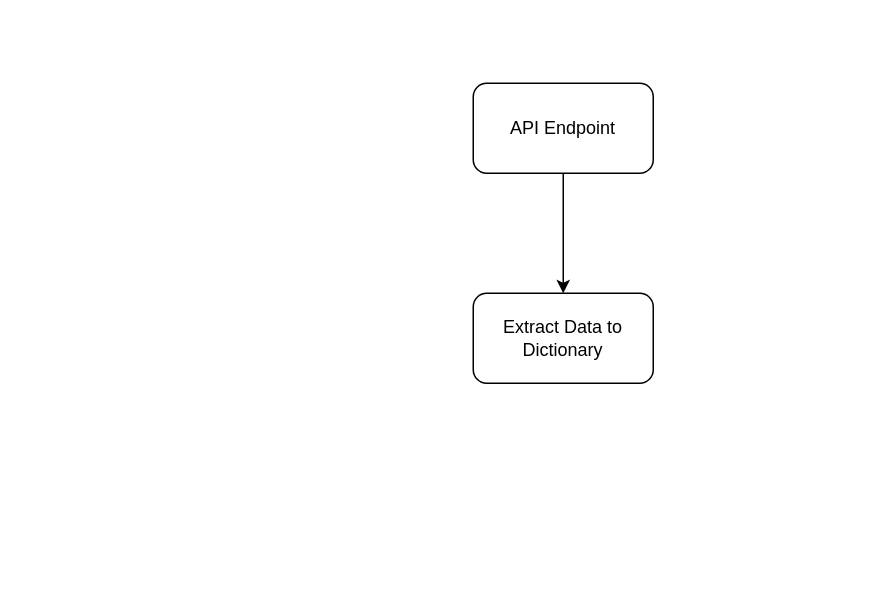
Before: etl_awesome_api.drawio in ivdatahub/data-consumer-api, a draw.io diagram. Source tidied: cells renumbered, new cells numbered last; positions are measured from the earlier drawing's top-left corner, leaving out a move shared by most shapes. Both pictures are drawn from the tidied source at 150%, with x=0, y=0 at pixel (472, 82).
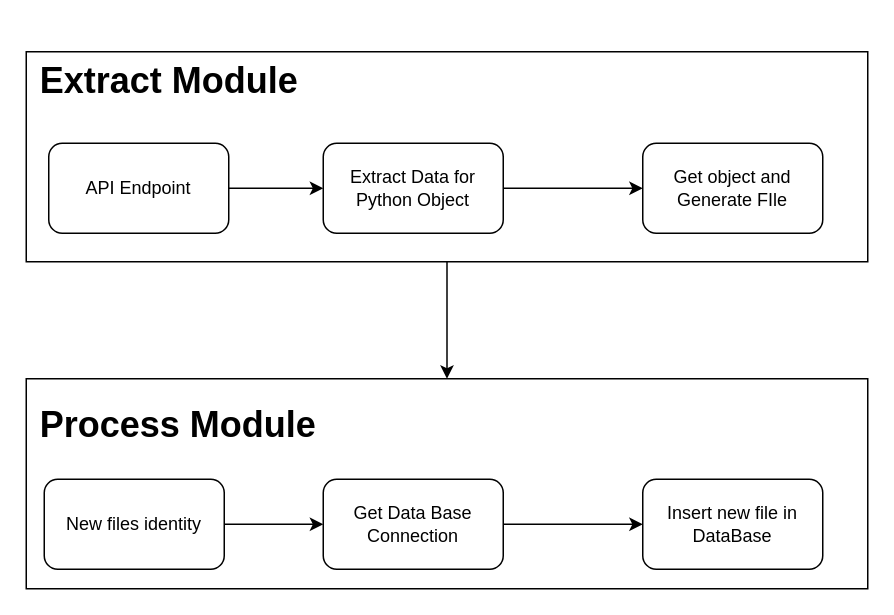
Above is the later version.

The edit, as a diff of the source:
```diff
@@
 <mxGraphModel>
   <root>
     <mxCell id="0" />
     <mxCell id="1" parent="0" />
+    <mxCell id="5" style="edgeStyle=orthogonalEdgeStyle;rounded=0;jettySize=auto;html=1;" parent="1" edge="1" source="6" target="10">
+      <mxGeometry relative="1" as="geometry" />
+    </mxCell>
+    <mxCell id="6" style="rounded=0;whiteSpace=wrap;html=1;" parent="1" vertex="1">
+      <mxGeometry x="-298" y="-21" width="561" height="140" as="geometry" />
+    </mxCell>
     <mxCell id="2" style="edgeStyle=orthogonalEdgeStyle;rounded=0;jettySize=auto;html=1;" parent="1" edge="1" source="3" target="4">
       <mxGeometry relative="1" as="geometry" />
     </mxCell>
     <mxCell id="3" value="API Endpoint" style="rounded=1;whiteSpace=wrap;html=1;" parent="1" vertex="1">
-      <mxGeometry width="120" height="60" as="geometry" />
+      <mxGeometry x="-283" y="40" width="120" height="60" as="geometry" />
     </mxCell>
+    <mxCell id="7" style="edgeStyle=orthogonalEdgeStyle;rounded=0;jettySize=auto;html=1;" parent="1" edge="1" source="4" target="8">
+      <mxGeometry relative="1" as="geometry" />
+    </mxCell>
-    <mxCell id="4" value="Extract Data to Dictionary" style="rounded=1;whiteSpace=wrap;html=1;" parent="1" vertex="1">
-      <mxGeometry y="140" width="120" height="60" as="geometry" />
+    <mxCell id="4" value="Extract Data for Python Object" style="rounded=1;whiteSpace=wrap;html=1;" parent="1" vertex="1">
+      <mxGeometry x="-100" y="40" width="120" height="60" as="geometry" />
     </mxCell>
+    <mxCell id="8" value="Get object and Generate FIle" style="rounded=1;whiteSpace=wrap;html=1;" parent="1" vertex="1">
+      <mxGeometry x="113" y="40" width="120" height="60" as="geometry" />
+    </mxCell>
+    <mxCell id="9" value="&lt;h1&gt;Extract Module&lt;/h1&gt;" style="text;html=1;align=center;verticalAlign=middle;strokeColor=none;fillColor=none;" parent="1" vertex="1">
+      <mxGeometry x="-298" y="-38" width="190" height="73" as="geometry" />
+    </mxCell>
+    <mxCell id="10" style="rounded=0;whiteSpace=wrap;html=1;" parent="1" vertex="1">
+      <mxGeometry x="-298" y="197" width="561" height="140" as="geometry" />
+    </mxCell>
+    <mxCell id="11" value="&lt;h1&gt;Process Module&lt;/h1&gt;" style="text;html=1;align=center;verticalAlign=middle;strokeColor=none;fillColor=none;" parent="1" vertex="1">
+      <mxGeometry x="-298" y="191" width="202" height="73" as="geometry" />
+    </mxCell>
+    <mxCell id="12" style="edgeStyle=orthogonalEdgeStyle;rounded=0;jettySize=auto;html=1;entryX=0;entryY=0.5;entryDx=0;entryDy=0;" parent="1" edge="1" source="13" target="15">
+      <mxGeometry relative="1" as="geometry" />
+    </mxCell>
+    <mxCell id="13" value="New files identity" style="rounded=1;whiteSpace=wrap;html=1;" parent="1" vertex="1">
+      <mxGeometry x="-286" y="264" width="120" height="60" as="geometry" />
+    </mxCell>
+    <mxCell id="14" style="edgeStyle=orthogonalEdgeStyle;rounded=0;jettySize=auto;html=1;" parent="1" edge="1" source="15" target="16">
+      <mxGeometry relative="1" as="geometry" />
+    </mxCell>
+    <mxCell id="15" value="Get Data Base Connection" style="rounded=1;whiteSpace=wrap;html=1;" parent="1" vertex="1">
+      <mxGeometry x="-100" y="264" width="120" height="60" as="geometry" />
+    </mxCell>
+    <mxCell id="16" value="Insert new file in DataBase" style="whiteSpace=wrap;html=1;rounded=1;" parent="1" vertex="1">
+      <mxGeometry x="113" y="264" width="120" height="60" as="geometry" />
+    </mxCell>
   </root>
 </mxGraphModel>
```
